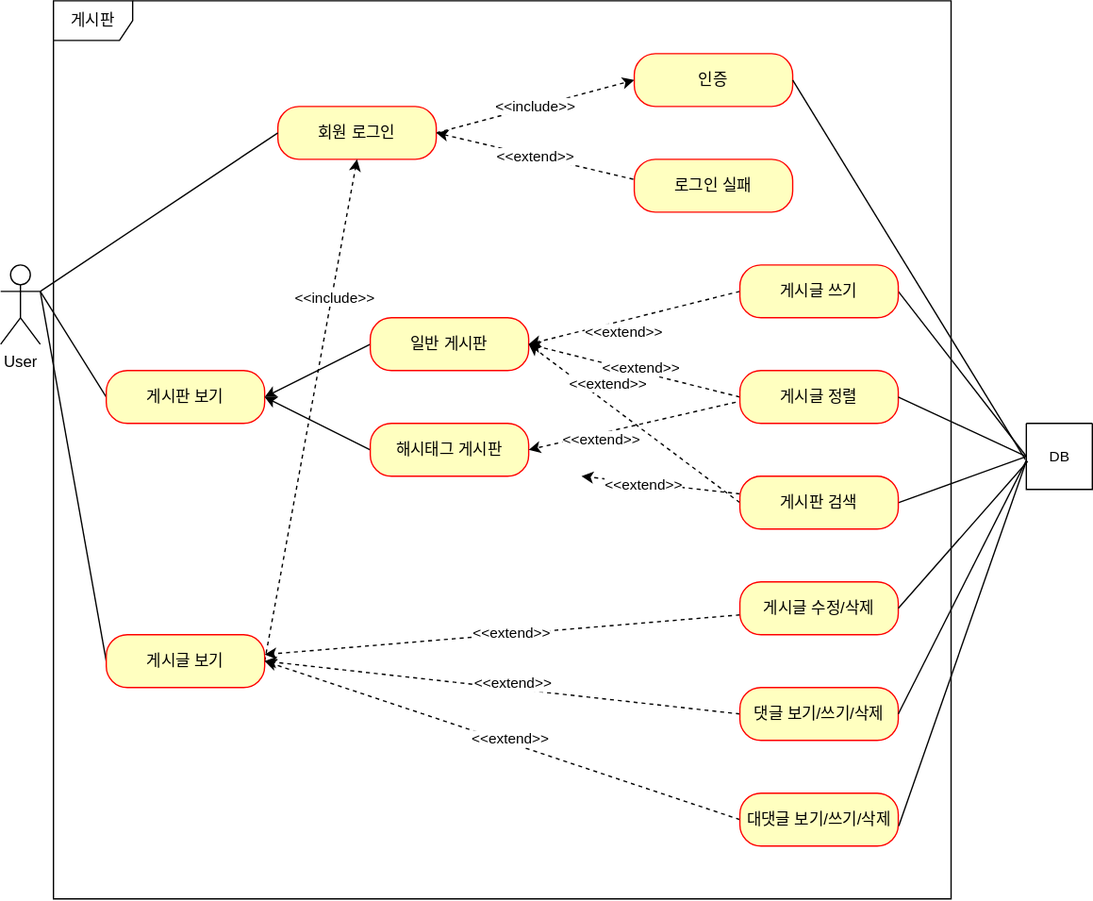
The draw.io diagram document/유스케이스.svg in minyongP/project-board, before a commit. Source tidied: cells renumbered, new cells last; positions are measured from the earlier drawing's top-left corner, leaving out a move shared by most shapes.
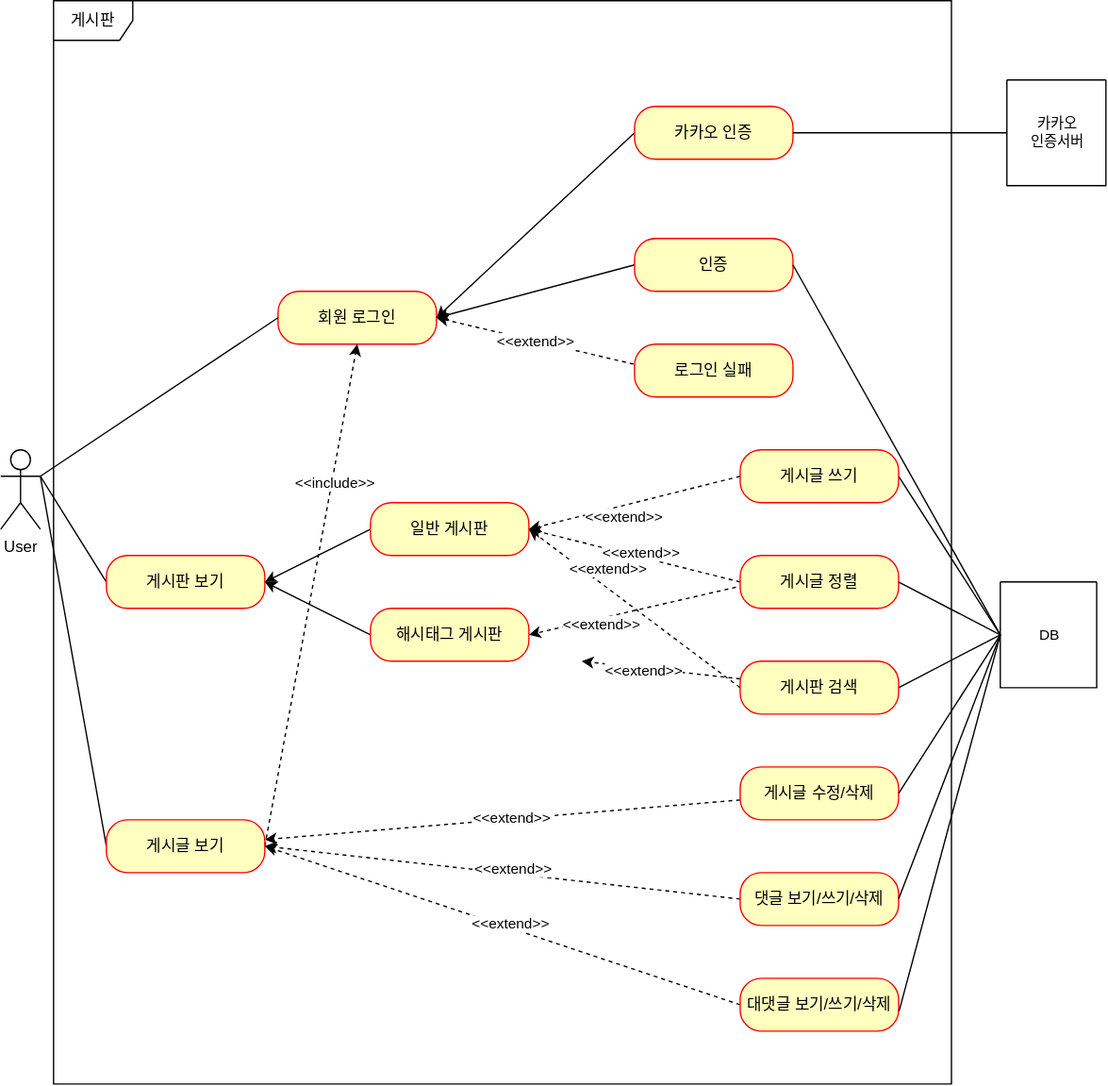
The same diagram one commit later.

Commit message:
#53 - 유스케이스.svg 업데이트: 카카오 인증 추가 (대댓글 미리 표현)

What changed in the source:
```diff
@@ -9,11 +9,8 @@
       <mxGeometry y="200" width="30" height="60" as="geometry" />
     </mxCell>
     <mxCell id="4" value="게시판" style="shape=umlFrame;whiteSpace=wrap;html=1;" parent="1" vertex="1">
-      <mxGeometry x="40" width="680" height="680" as="geometry" />
+      <mxGeometry x="40" y="-140" width="680" height="820" as="geometry" />
     </mxCell>
-    <mxCell id="5" value="&amp;lt;&amp;lt;include&amp;gt;&amp;gt;" style="rounded=0;jettySize=auto;html=1;dashed=1;entryX=0;entryY=0.5;entryDx=0;entryDy=0;exitX=1;exitY=0.5;exitDx=0;exitDy=0;" parent="1" edge="1" source="6" target="12">
-      <mxGeometry relative="1" as="geometry" />
-    </mxCell>
     <mxCell id="6" value="회원 로그인" style="rounded=1;whiteSpace=wrap;html=1;arcSize=40;fontColor=#000000;fillColor=#ffffc0;strokeColor=#ff0000;" parent="1" vertex="1">
       <mxGeometry x="210" y="80" width="120" height="40" as="geometry" />
     </mxCell>
@@ -32,6 +29,9 @@
     <mxCell id="11" value="게시글 보기" style="rounded=1;whiteSpace=wrap;html=1;arcSize=40;fontColor=#000000;fillColor=#ffffc0;strokeColor=#ff0000;" parent="1" vertex="1">
       <mxGeometry x="80" y="480" width="120" height="40" as="geometry" />
     </mxCell>
+    <mxCell id="52" style="rounded=0;jettySize=auto;html=1;exitX=0;exitY=0.5;exitDx=0;exitDy=0;entryX=1;entryY=0.5;entryDx=0;entryDy=0;" parent="1" edge="1" source="12" target="6">
+      <mxGeometry relative="1" as="geometry" />
+    </mxCell>
     <mxCell id="12" value="인증" style="rounded=1;whiteSpace=wrap;html=1;arcSize=40;fontColor=#000000;fillColor=#ffffc0;strokeColor=#ff0000;" parent="1" vertex="1">
       <mxGeometry x="480" y="40" width="120" height="40" as="geometry" />
     </mxCell>
@@ -81,19 +81,19 @@
     <mxCell id="26" style="endArrow=none;html=1;rounded=0;entryX=0;entryY=0.5;entryDx=0;entryDy=0;exitX=1;exitY=0.3333333333333333;exitDx=0;exitDy=0;exitPerimeter=0;" parent="1" edge="1" source="3" target="6">
       <mxGeometry relative="1" as="geometry" />
     </mxCell>
-    <mxCell id="27" style="edgeStyle=none;shape=connector;rounded=0;jettySize=auto;html=1;entryX=1;entryY=0.5;entryDx=0;entryDy=0;labelBackgroundColor=default;strokeColor=default;align=center;verticalAlign=middle;fontFamily=Helvetica;fontSize=11;fontColor=default;endArrow=none;exitX=-0.014;exitY=0.548;exitDx=0;exitDy=0;endFill=0;exitPerimeter=0;" parent="1" edge="1" source="28" target="12">
+    <mxCell id="27" style="edgeStyle=none;shape=connector;rounded=0;jettySize=auto;html=1;entryX=1;entryY=0.5;entryDx=0;entryDy=0;labelBackgroundColor=default;strokeColor=default;align=center;verticalAlign=middle;fontFamily=Helvetica;fontSize=11;fontColor=default;endArrow=none;endFill=0;exitX=0;exitY=0.5;exitDx=0;exitDy=0;" parent="1" edge="1" source="28" target="12">
       <mxGeometry relative="1" as="geometry" />
     </mxCell>
     <mxCell id="28" style="swimlane;startSize=0;fontFamily=Helvetica;fontSize=11;fontColor=default;" parent="1" vertex="1">
-      <mxGeometry x="777" y="320" width="50" height="50" as="geometry" />
+      <mxGeometry x="757" y="300" width="73" height="80" as="geometry" />
     </mxCell>
     <mxCell id="29" value="DB" style="text;html=1;align=center;verticalAlign=middle;strokeColor=none;fillColor=none;fontSize=11;fontFamily=Helvetica;fontColor=default;" parent="28" vertex="1">
-      <mxGeometry x="5" y="10" width="40" height="30" as="geometry" />
+      <mxGeometry x="16.5" y="25" width="40" height="30" as="geometry" />
     </mxCell>
-    <mxCell id="30" style="edgeStyle=none;shape=connector;rounded=0;jettySize=auto;html=1;labelBackgroundColor=default;strokeColor=default;align=center;verticalAlign=middle;fontFamily=Helvetica;fontSize=11;fontColor=default;endArrow=none;endFill=0;exitX=0.004;exitY=0.554;exitDx=0;exitDy=0;exitPerimeter=0;entryX=1;entryY=0.5;entryDx=0;entryDy=0;" parent="1" edge="1" source="28" target="21">
+    <mxCell id="30" style="edgeStyle=none;shape=connector;rounded=0;jettySize=auto;html=1;labelBackgroundColor=default;strokeColor=default;align=center;verticalAlign=middle;fontFamily=Helvetica;fontSize=11;fontColor=default;endArrow=none;endFill=0;entryX=1;entryY=0.5;entryDx=0;entryDy=0;exitX=0;exitY=0.5;exitDx=0;exitDy=0;" parent="1" edge="1" source="28" target="21">
       <mxGeometry relative="1" as="geometry" />
     </mxCell>
-    <mxCell id="31" style="edgeStyle=none;shape=connector;rounded=0;jettySize=auto;html=1;entryX=1.003;entryY=0.62;entryDx=0;entryDy=0;entryPerimeter=0;labelBackgroundColor=default;strokeColor=default;align=center;verticalAlign=middle;fontFamily=Helvetica;fontSize=11;fontColor=default;endArrow=none;endFill=0;exitX=0.004;exitY=0.56;exitDx=0;exitDy=0;exitPerimeter=0;" parent="1" edge="1" source="28" target="24">
+    <mxCell id="31" style="edgeStyle=none;shape=connector;rounded=0;jettySize=auto;html=1;entryX=1.003;entryY=0.62;entryDx=0;entryDy=0;entryPerimeter=0;labelBackgroundColor=default;strokeColor=default;align=center;verticalAlign=middle;fontFamily=Helvetica;fontSize=11;fontColor=default;endArrow=none;endFill=0;exitX=0;exitY=0.5;exitDx=0;exitDy=0;" parent="1" edge="1" source="28" target="24">
       <mxGeometry relative="1" as="geometry" />
     </mxCell>
     <mxCell id="32" style="rounded=0;jettySize=auto;html=1;dashed=1;" parent="1" edge="1" source="34" target="11">
@@ -107,7 +107,7 @@
     <mxCell id="34" value="게시글 수정/삭제" style="rounded=1;whiteSpace=wrap;html=1;arcSize=40;fontColor=#000000;fillColor=#ffffc0;strokeColor=#ff0000;" parent="1" vertex="1">
       <mxGeometry x="560" y="440" width="120" height="40" as="geometry" />
     </mxCell>
-    <mxCell id="35" style="edgeStyle=none;shape=connector;rounded=0;jettySize=auto;html=1;entryX=1;entryY=0.5;entryDx=0;entryDy=0;labelBackgroundColor=default;strokeColor=default;align=center;verticalAlign=middle;fontFamily=Helvetica;fontSize=11;fontColor=default;endArrow=none;endFill=0;exitX=0.02;exitY=0.574;exitDx=0;exitDy=0;exitPerimeter=0;" parent="1" edge="1" source="28" target="34">
+    <mxCell id="35" style="edgeStyle=none;shape=connector;rounded=0;jettySize=auto;html=1;entryX=1;entryY=0.5;entryDx=0;entryDy=0;labelBackgroundColor=default;strokeColor=default;align=center;verticalAlign=middle;fontFamily=Helvetica;fontSize=11;fontColor=default;endArrow=none;endFill=0;exitX=0;exitY=0.5;exitDx=0;exitDy=0;" parent="1" edge="1" source="28" target="34">
       <mxGeometry relative="1" as="geometry" />
     </mxCell>
     <mxCell id="36" style="rounded=0;jettySize=auto;html=1;entryX=1;entryY=0.5;entryDx=0;entryDy=0;dashed=1;exitX=0;exitY=0.5;exitDx=0;exitDy=0;" parent="1" edge="1" source="39" target="16">
@@ -118,7 +118,7 @@
         <mxPoint x="-15" y="13" as="offset" />
       </mxGeometry>
     </mxCell>
-    <mxCell id="38" style="edgeStyle=none;shape=connector;rounded=0;jettySize=auto;html=1;entryX=0;entryY=0.5;entryDx=0;entryDy=0;labelBackgroundColor=default;strokeColor=default;align=center;verticalAlign=middle;fontFamily=Helvetica;fontSize=11;fontColor=default;endArrow=none;endFill=0;exitX=1;exitY=0.5;exitDx=0;exitDy=0;" parent="1" edge="1" source="39" target="28">
+    <mxCell id="38" style="edgeStyle=none;shape=connector;rounded=0;jettySize=auto;html=1;labelBackgroundColor=default;strokeColor=default;align=center;verticalAlign=middle;fontFamily=Helvetica;fontSize=11;fontColor=default;endArrow=none;endFill=0;exitX=1;exitY=0.5;exitDx=0;exitDy=0;entryX=0;entryY=0.5;entryDx=0;entryDy=0;" parent="1" edge="1" source="39" target="28">
       <mxGeometry relative="1" as="geometry" />
     </mxCell>
     <mxCell id="39" value="게시글 쓰기" style="rounded=1;whiteSpace=wrap;html=1;arcSize=40;fontColor=#000000;fillColor=#ffffc0;strokeColor=#ff0000;" parent="1" vertex="1">
@@ -159,7 +159,7 @@
     <mxCell id="48" value="&amp;lt;&amp;lt;extend&amp;gt;&amp;gt;" style="edgeLabel;html=1;align=center;verticalAlign=middle;" parent="47" vertex="1">
       <mxGeometry x="0.22" y="1" relative="1" as="geometry" />
     </mxCell>
-    <mxCell id="49" style="edgeStyle=none;shape=connector;rounded=0;jettySize=auto;html=1;entryX=0;entryY=0.5;entryDx=0;entryDy=0;labelBackgroundColor=default;strokeColor=default;align=center;verticalAlign=middle;fontFamily=Helvetica;fontSize=11;fontColor=default;endArrow=none;endFill=0;exitX=1;exitY=0.5;exitDx=0;exitDy=0;" parent="1" edge="1" source="50" target="28">
+    <mxCell id="49" style="edgeStyle=none;shape=connector;rounded=0;jettySize=auto;html=1;labelBackgroundColor=default;strokeColor=default;align=center;verticalAlign=middle;fontFamily=Helvetica;fontSize=11;fontColor=default;endArrow=none;endFill=0;exitX=1;exitY=0.5;exitDx=0;exitDy=0;entryX=0;entryY=0.5;entryDx=0;entryDy=0;" parent="1" edge="1" source="50" target="28">
       <mxGeometry relative="1" as="geometry" />
     </mxCell>
     <mxCell id="50" value="게시판 검색" style="rounded=1;whiteSpace=wrap;html=1;arcSize=40;fontColor=#000000;fillColor=#ffffc0;strokeColor=#ff0000;" parent="1" vertex="1">
@@ -168,5 +168,20 @@
     <mxCell id="51" style="rounded=0;jettySize=auto;html=1;endArrow=none;endFill=0;exitX=1;exitY=0.5;exitDx=0;exitDy=0;entryX=0;entryY=0.5;entryDx=0;entryDy=0;" parent="1" edge="1" source="44" target="28">
       <mxGeometry relative="1" as="geometry" />
     </mxCell>
+    <mxCell id="53" style="swimlane;startSize=0;fontFamily=Helvetica;fontSize=11;fontColor=default;" parent="1" vertex="1">
+      <mxGeometry x="762" y="-80" width="75" height="80" as="geometry" />
+    </mxCell>
+    <mxCell id="54" value="카카오&lt;br&gt;인증서버" style="text;html=1;align=center;verticalAlign=middle;strokeColor=none;fillColor=none;fontSize=11;fontFamily=Helvetica;fontColor=default;" parent="53" vertex="1">
+      <mxGeometry x="2.5" y="20" width="70" height="40" as="geometry" />
+    </mxCell>
+    <mxCell id="55" style="rounded=0;jettySize=auto;html=1;exitX=0;exitY=0.5;exitDx=0;exitDy=0;entryX=1;entryY=0.5;entryDx=0;entryDy=0;" parent="1" edge="1" source="56" target="6">
+      <mxGeometry relative="1" as="geometry" />
+    </mxCell>
+    <mxCell id="56" value="카카오 인증" style="rounded=1;whiteSpace=wrap;html=1;arcSize=40;fontColor=#000000;fillColor=#ffffc0;strokeColor=#ff0000;" parent="1" vertex="1">
+      <mxGeometry x="480" y="-60" width="120" height="40" as="geometry" />
+    </mxCell>
+    <mxCell id="57" style="rounded=0;jettySize=auto;html=1;entryX=1;entryY=0.5;entryDx=0;entryDy=0;endArrow=none;endFill=0;exitX=0;exitY=0.5;exitDx=0;exitDy=0;" parent="1" edge="1" source="53" target="56">
+      <mxGeometry relative="1" as="geometry" />
+    </mxCell>
   </root>
 </mxGraphModel>
```
